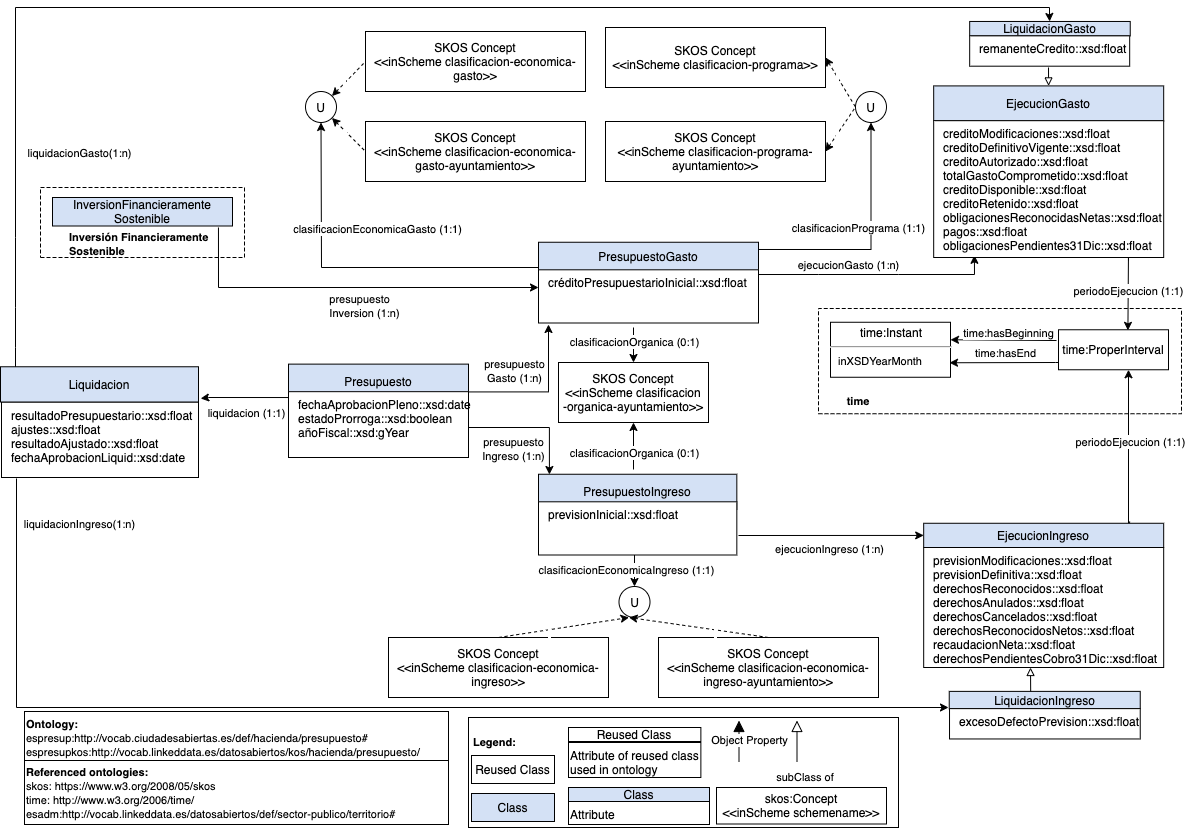
Earlier version of the draw.io export OnToology/ontology/presupuesto.owl/documentation/resources/images/modeloConceptual.png (CiudadesAbiertas/vocab-hacienda-presupuesto). Source tidied: cells renumbered, new cells last; positions are measured from the earlier drawing's top-left corner, leaving out a move shared by most shapes.
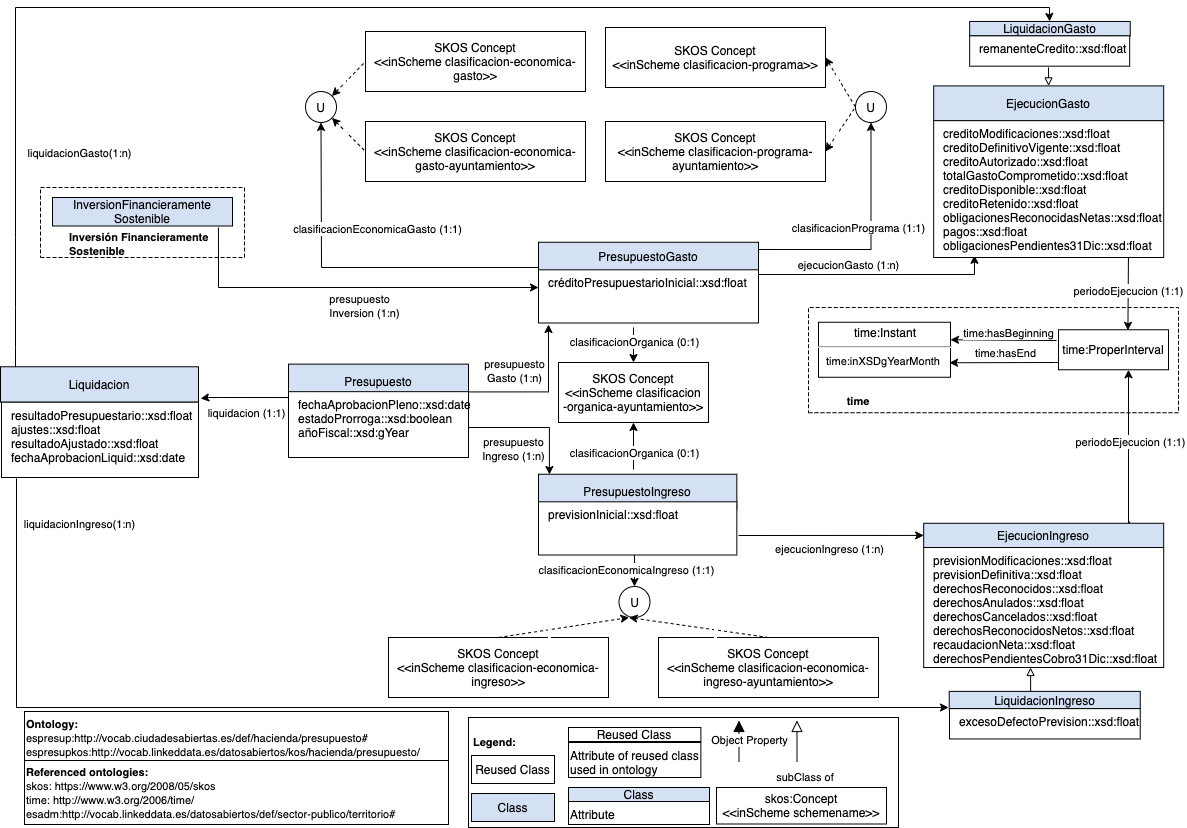
The same file after the commit.

Diff of the diagram source:
```diff
@@ -265,14 +265,14 @@
         <mxPoint x="1048" y="60" as="targetPoint" />
       </mxGeometry>
     </mxCell>
-    <mxCell id="66" value="&lt;p style=&quot;margin: 4px 0px 0px ; text-align: center&quot;&gt;time:Instant&lt;/p&gt;&lt;hr&gt;&lt;p style=&quot;margin: 0px ; margin-left: 8px&quot;&gt;&lt;font style=&quot;font-size: 11px&quot;&gt;inXSDYearMonth&lt;/font&gt;&lt;/p&gt;&lt;p style=&quot;margin: 0px ; margin-left: 8px&quot;&gt;&amp;nbsp;&lt;/p&gt;&lt;p style=&quot;margin: 0px ; margin-left: 8px&quot;&gt;&lt;br&gt;&lt;/p&gt;" style="verticalAlign=top;align=left;overflow=fill;fontSize=12;fontFamily=Helvetica;html=1;" parent="1" vertex="1">
-      <mxGeometry x="830" y="314.8" width="120" height="55" as="geometry" />
+    <mxCell id="66" value="&lt;p style=&quot;margin: 4px 0px 0px ; text-align: center&quot;&gt;time:Instant&lt;/p&gt;&lt;hr&gt;&lt;p style=&quot;margin: 0px ; margin-left: 8px&quot;&gt;&lt;font style=&quot;font-size: 11px&quot;&gt;time:inXSDgYearMonth&lt;/font&gt;&lt;/p&gt;" style="verticalAlign=top;align=left;overflow=fill;fontSize=12;fontFamily=Helvetica;html=1;" parent="1" vertex="1">
+      <mxGeometry x="818" y="314.8" width="132" height="55" as="geometry" />
     </mxCell>
     <mxCell id="67" value="&lt;font style=&quot;font-size: 12px ; color: rgb(0 , 0 , 0) ; direction: ltr ; letter-spacing: 0px ; line-height: 120% ; opacity: 1&quot;&gt;time:ProperInterval&lt;br&gt;&lt;/font&gt;" style="verticalAlign=middle;align=center;vsdxID=42;fillColor=#FFFFFF;gradientColor=none;shape=(stored shape, 160 characters);labelBackgroundColor=none;rounded=0;html=1;whiteSpace=wrap;" parent="1" vertex="1">
       <mxGeometry x="1058" y="322.3" width="110" height="40" as="geometry" />
     </mxCell>
     <mxCell id="68" style="vsdxID=510;fillColor=none;gradientColor=none;shape=(stored shape, 160 characters);dashed=1;dashPattern=4.00 2.00;labelBackgroundColor=none;rounded=0;html=1;whiteSpace=wrap;" parent="1" vertex="1">
-      <mxGeometry x="818" y="301" width="363" height="105.2" as="geometry" />
+      <mxGeometry x="808" y="300" width="370" height="105.2" as="geometry" />
     </mxCell>
     <mxCell id="69" value="&lt;font style=&quot;font-size: 11px ; color: rgb(0 , 0 , 0) ; direction: ltr ; letter-spacing: 0px ; line-height: 120% ; opacity: 1&quot;&gt;&lt;b&gt;time&lt;br&gt;&lt;/b&gt;&lt;/font&gt;" style="verticalAlign=middle;align=center;vsdxID=511;fillColor=none;gradientColor=none;shape=(stored shape, 160 characters);strokeColor=none;labelBackgroundColor=none;rounded=0;html=1;whiteSpace=wrap;" parent="1" vertex="1">
       <mxGeometry x="818" y="379" width="80" height="28" as="geometry" />
```
